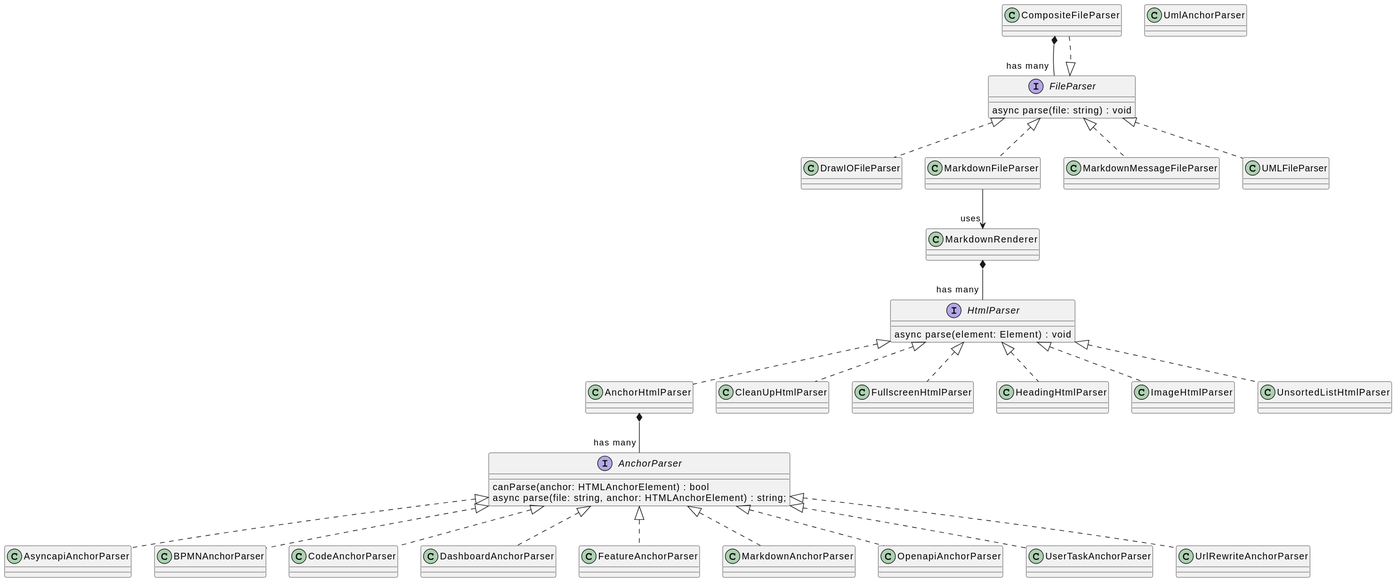
Earlier version of the PlantUML export class-diagram.puml.svg (biz-dev-ops/md-docs-cli).
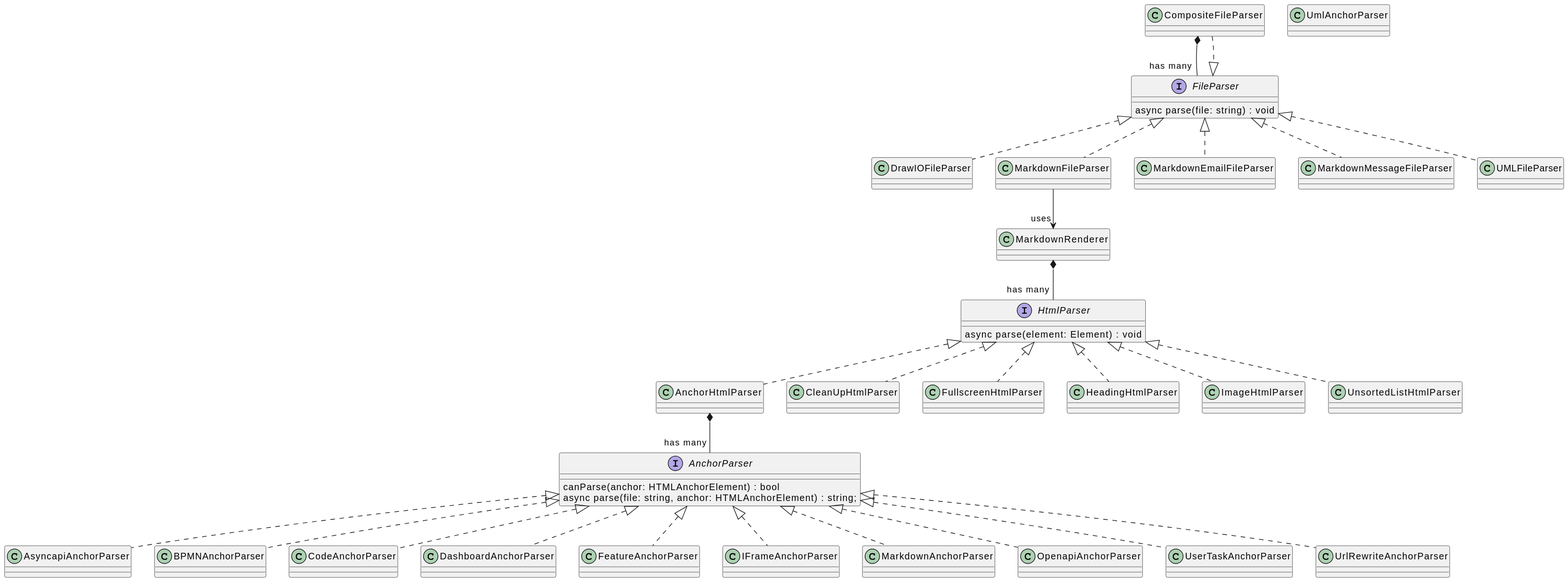
The same diagram one commit later.

Change to the diagram source:
```diff
@@ -7,6 +7,7 @@
 class CompositeFileParser
 class DrawIOFileParser
 Class MarkdownFileParser
+Class MarkdownEmailFileParser
 Class MarkdownMessageFileParser
 class UMLFileParser
 
@@ -29,6 +30,7 @@
 class CodeAnchorParser
 class DashboardAnchorParser
 class FeatureAnchorParser
+class IFrameAnchorParser
 class MarkdownAnchorParser
 class OpenapiAnchorParser
 class UmlAnchorParser
@@ -37,6 +39,7 @@
 CompositeFileParser *-- "has many" FileParser
 FileParser <|.. DrawIOFileParser
 FileParser <|.. MarkdownFileParser
+FileParser <|.. MarkdownEmailFileParser
 FileParser <|.. MarkdownMessageFileParser
 FileParser <|.. UMLFileParser
 CompositeFileParser ..|> FileParser
@@ -58,6 +61,7 @@
 AnchorParser <|.. CodeAnchorParser
 AnchorParser <|.. DashboardAnchorParser
 AnchorParser <|.. FeatureAnchorParser
+AnchorParser <|.. IFrameAnchorParser
 AnchorParser <|.. MarkdownAnchorParser
 AnchorParser <|.. OpenapiAnchorParser
 AnchorParser <|.. UserTaskAnchorParser
```
